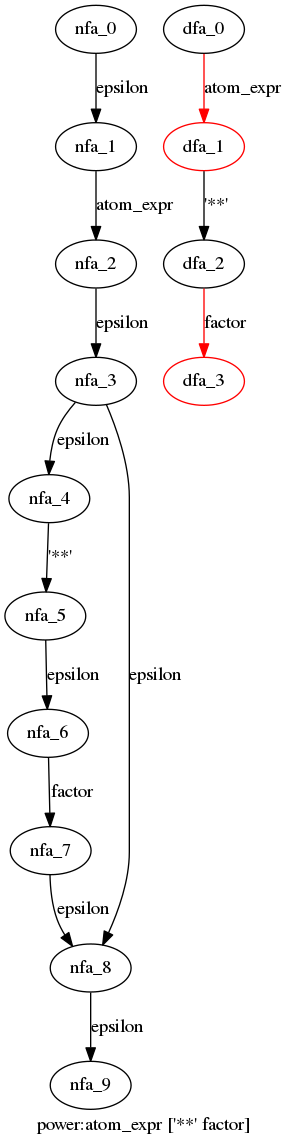
The Graphviz diagram cpython/grammar/handwrite/nfa_dfas/67.power.dot.png in WinChua/blog, before a commit. Its source is kept beside it as cpython/grammar/handwrite/nfa_dfas/67.power.dot.
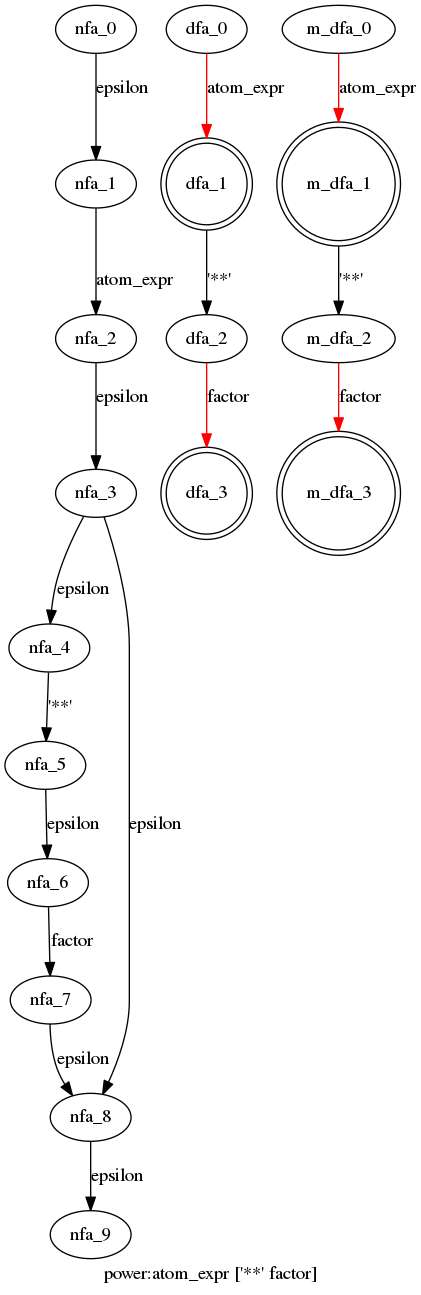
The same file after the commit.

Diff of the diagram source:
```diff
@@ -16,7 +16,14 @@
   dfa_0->dfa_1[label="atom_expr",color=red]
   dfa_1->dfa_2[label="'**'"]
   dfa_2->dfa_3[label="factor",color=red]
-  dfa_1[color=red]
-  dfa_3[color=red]
+  dfa_1[shape=doublecircle]
+  dfa_3[shape=doublecircle]
+  }
+ subgraph power_m_dfa {
+  m_dfa_0->m_dfa_1[label="atom_expr",color=red]
+  m_dfa_1->m_dfa_2[label="'**'"]
+  m_dfa_2->m_dfa_3[label="factor",color=red]
+  m_dfa_1[shape=doublecircle]
+  m_dfa_3[shape=doublecircle]
   }
 }
```
